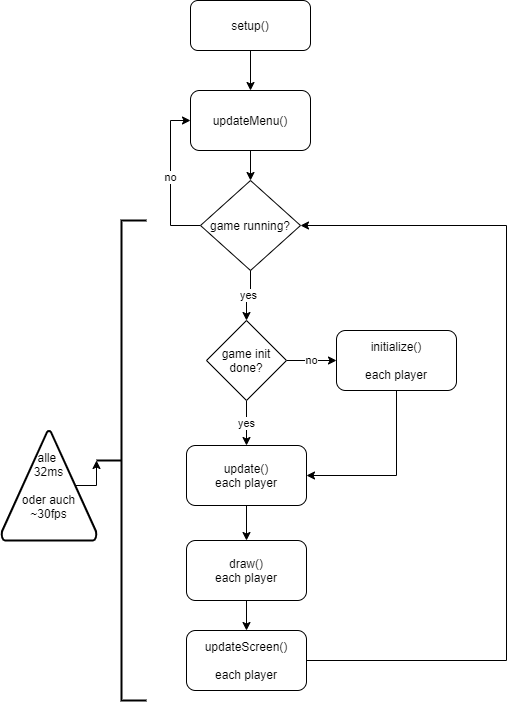
cptwtf/ledrace keeps this draw.io diagram as Doku/Diagramme/flowchart.png. Above is the earlier version. Source tidied: cells renumbered, new cells last; positions are measured from the earlier drawing's top-left corner, leaving out a move shared by most shapes. The source it was exported from:
```xml
<mxGraphModel>
  <root>
    <mxCell id="0" />
    <mxCell id="1" parent="0" />
    <mxCell id="2" style="edgeStyle=orthogonalEdgeStyle;rounded=0;jettySize=auto;html=1;entryX=0.5;entryY=0;entryDx=0;entryDy=0;" parent="1" edge="1" source="3" target="19">
      <mxGeometry relative="1" as="geometry" />
    </mxCell>
    <mxCell id="3" value="setup()" style="rounded=1;whiteSpace=wrap;html=1;" parent="1" vertex="1">
      <mxGeometry x="189" width="120" height="50" as="geometry" />
    </mxCell>
    <mxCell id="4" style="edgeStyle=orthogonalEdgeStyle;rounded=0;jettySize=auto;html=1;exitX=0.5;exitY=1;exitDx=0;exitDy=0;" parent="1" edge="1" source="5">
      <mxGeometry relative="1" as="geometry">
        <mxPoint x="245" y="540" as="targetPoint" />
      </mxGeometry>
    </mxCell>
    <mxCell id="5" value="update()&lt;br&gt;each player" style="rounded=1;whiteSpace=wrap;html=1;" parent="1" vertex="1">
      <mxGeometry x="185" y="445" width="120" height="60" as="geometry" />
    </mxCell>
    <mxCell id="6" value="yes" style="edgeStyle=orthogonalEdgeStyle;rounded=0;jettySize=auto;html=1;exitX=0.5;exitY=1;exitDx=0;exitDy=0;entryX=0.5;entryY=0;entryDx=0;entryDy=0;" parent="1" edge="1" source="10" target="5">
      <mxGeometry relative="1" as="geometry" />
    </mxCell>
    <mxCell id="7" value="no" style="edgeStyle=orthogonalEdgeStyle;rounded=0;jettySize=auto;html=1;entryX=0;entryY=0.5;entryDx=0;entryDy=0;" parent="1" edge="1" source="8" target="19">
      <mxGeometry relative="1" as="geometry">
        <Array as="points">
          <mxPoint x="169" y="225" />
          <mxPoint x="169" y="120" />
        </Array>
      </mxGeometry>
    </mxCell>
    <mxCell id="8" value="game running?" style="rhombus;whiteSpace=wrap;html=1;" parent="1" vertex="1">
      <mxGeometry x="199" y="180" width="100" height="90" as="geometry" />
    </mxCell>
    <mxCell id="9" value="no" style="edgeStyle=orthogonalEdgeStyle;rounded=0;jettySize=auto;html=1;exitX=1;exitY=0.5;exitDx=0;exitDy=0;entryX=0;entryY=0.5;entryDx=0;entryDy=0;" parent="1" edge="1" source="10" target="13">
      <mxGeometry relative="1" as="geometry" />
    </mxCell>
    <mxCell id="10" value="game init&lt;br&gt;done?" style="rhombus;whiteSpace=wrap;html=1;" parent="1" vertex="1">
      <mxGeometry x="205" y="320" width="80" height="80" as="geometry" />
    </mxCell>
    <mxCell id="11" value="yes" style="edgeStyle=orthogonalEdgeStyle;rounded=0;jettySize=auto;html=1;exitX=0.5;exitY=1;exitDx=0;exitDy=0;entryX=0.5;entryY=0;entryDx=0;entryDy=0;" parent="1" edge="1" source="8" target="10">
      <mxGeometry relative="1" as="geometry" />
    </mxCell>
    <mxCell id="12" style="edgeStyle=orthogonalEdgeStyle;rounded=0;jettySize=auto;html=1;exitX=0.5;exitY=1;exitDx=0;exitDy=0;entryX=1;entryY=0.5;entryDx=0;entryDy=0;" parent="1" edge="1" source="13" target="5">
      <mxGeometry relative="1" as="geometry" />
    </mxCell>
    <mxCell id="13" value="initialize()&lt;br&gt;&lt;br&gt;each player" style="rounded=1;whiteSpace=wrap;html=1;" parent="1" vertex="1">
      <mxGeometry x="335" y="330" width="120" height="60" as="geometry" />
    </mxCell>
    <mxCell id="14" style="edgeStyle=orthogonalEdgeStyle;rounded=0;jettySize=auto;html=1;exitX=0.5;exitY=1;exitDx=0;exitDy=0;entryX=0.5;entryY=0;entryDx=0;entryDy=0;" parent="1" edge="1" source="15" target="17">
      <mxGeometry relative="1" as="geometry" />
    </mxCell>
    <mxCell id="15" value="draw()&lt;br&gt;each player" style="rounded=1;whiteSpace=wrap;html=1;" parent="1" vertex="1">
      <mxGeometry x="185" y="540" width="120" height="60" as="geometry" />
    </mxCell>
    <mxCell id="16" style="edgeStyle=orthogonalEdgeStyle;rounded=0;jettySize=auto;html=1;exitX=1;exitY=0.5;exitDx=0;exitDy=0;entryX=1;entryY=0.5;entryDx=0;entryDy=0;" parent="1" edge="1" source="17" target="8">
      <mxGeometry relative="1" as="geometry">
        <Array as="points">
          <mxPoint x="505" y="660" />
          <mxPoint x="505" y="225" />
        </Array>
      </mxGeometry>
    </mxCell>
    <mxCell id="17" value="updateScreen()&lt;br&gt;&lt;br&gt;each player" style="rounded=1;whiteSpace=wrap;html=1;" parent="1" vertex="1">
      <mxGeometry x="185" y="630" width="120" height="60" as="geometry" />
    </mxCell>
    <mxCell id="18" style="edgeStyle=orthogonalEdgeStyle;rounded=0;jettySize=auto;html=1;exitX=0.5;exitY=1;exitDx=0;exitDy=0;entryX=0.5;entryY=0;entryDx=0;entryDy=0;" parent="1" edge="1" source="19" target="8">
      <mxGeometry relative="1" as="geometry" />
    </mxCell>
    <mxCell id="19" value="updateMenu()" style="rounded=1;whiteSpace=wrap;html=1;" parent="1" vertex="1">
      <mxGeometry x="189" y="90" width="120" height="60" as="geometry" />
    </mxCell>
    <mxCell id="20" style="strokeWidth=2;html=1;shape=mxgraph.flowchart.annotation_2;align=left;labelPosition=right;direction=east;" parent="1" vertex="1">
      <mxGeometry x="95" y="220" width="50" height="480" as="geometry" />
    </mxCell>
    <mxCell id="21" style="edgeStyle=orthogonalEdgeStyle;rounded=0;jettySize=auto;html=1;exitX=0.78;exitY=0.5;exitDx=0;exitDy=0;exitPerimeter=0;entryX=0;entryY=0.5;entryDx=0;entryDy=0;entryPerimeter=0;" parent="1" edge="1" source="22" target="20">
      <mxGeometry relative="1" as="geometry" />
    </mxCell>
    <mxCell id="22" value="alle&amp;nbsp;&lt;br&gt;32ms&lt;br&gt;&lt;br&gt;oder auch&lt;br&gt;~30fps" style="strokeWidth=2;html=1;shape=mxgraph.flowchart.extract_or_measurement;whiteSpace=wrap;" parent="1" vertex="1">
      <mxGeometry y="430" width="95" height="110" as="geometry" />
    </mxCell>
    <mxCell id="23" style="edgeStyle=orthogonalEdgeStyle;rounded=0;orthogonalLoop=1;jettySize=auto;html=1;exitX=0.5;exitY=1;exitDx=0;exitDy=0;exitPerimeter=0;" parent="1" edge="1" source="22" target="22">
      <mxGeometry relative="1" as="geometry" />
    </mxCell>
  </root>
</mxGraphModel>
```
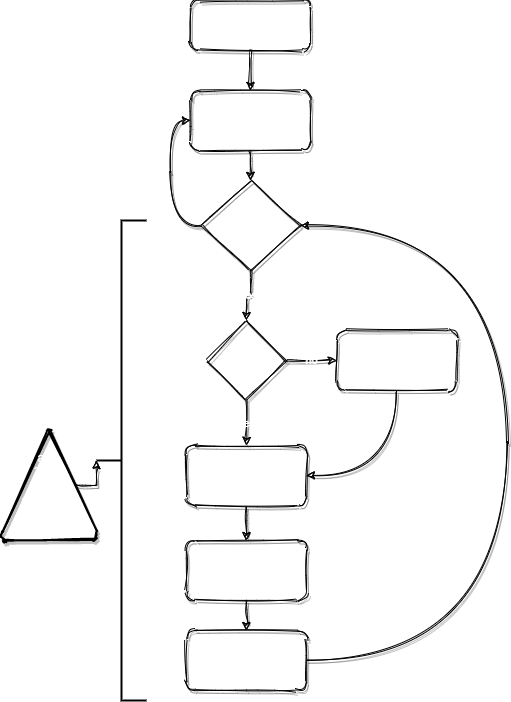
After the change.

The edit, as a diff of the source:
```diff
@@ -2,56 +2,56 @@
   <root>
     <mxCell id="0" />
     <mxCell id="1" parent="0" />
-    <mxCell id="2" style="edgeStyle=orthogonalEdgeStyle;rounded=0;jettySize=auto;html=1;entryX=0.5;entryY=0;entryDx=0;entryDy=0;" parent="1" edge="1" source="3" target="19">
+    <mxCell id="2" style="edgeStyle=orthogonalEdgeStyle;jettySize=auto;html=1;entryX=0.5;entryY=0;entryDx=0;entryDy=0;fillColor=none;sketch=1;shadow=1;fontColor=#FFFFFF;labelBackgroundColor=none;curved=1;" parent="1" edge="1" source="3" target="19">
       <mxGeometry relative="1" as="geometry" />
     </mxCell>
-    <mxCell id="3" value="setup()" style="rounded=1;whiteSpace=wrap;html=1;" parent="1" vertex="1">
+    <mxCell id="3" value="setup()" style="rounded=1;whiteSpace=wrap;html=1;fillColor=none;sketch=1;shadow=1;fontColor=#FFFFFF;labelBackgroundColor=none;" parent="1" vertex="1">
       <mxGeometry x="189" width="120" height="50" as="geometry" />
     </mxCell>
-    <mxCell id="4" style="edgeStyle=orthogonalEdgeStyle;rounded=0;jettySize=auto;html=1;exitX=0.5;exitY=1;exitDx=0;exitDy=0;" parent="1" edge="1" source="5">
+    <mxCell id="4" style="edgeStyle=orthogonalEdgeStyle;rounded=0;jettySize=auto;html=1;exitX=0.5;exitY=1;exitDx=0;exitDy=0;fillColor=none;sketch=1;shadow=1;fontColor=#FFFFFF;labelBackgroundColor=none;" parent="1" edge="1" source="5">
       <mxGeometry relative="1" as="geometry">
         <mxPoint x="245" y="540" as="targetPoint" />
       </mxGeometry>
     </mxCell>
-    <mxCell id="5" value="update()&lt;br&gt;each player" style="rounded=1;whiteSpace=wrap;html=1;" parent="1" vertex="1">
+    <mxCell id="5" value="update()&lt;br&gt;each player" style="rounded=1;whiteSpace=wrap;html=1;fillColor=none;sketch=1;shadow=1;fontColor=#FFFFFF;labelBackgroundColor=none;" parent="1" vertex="1">
       <mxGeometry x="185" y="445" width="120" height="60" as="geometry" />
     </mxCell>
-    <mxCell id="6" value="yes" style="edgeStyle=orthogonalEdgeStyle;rounded=0;jettySize=auto;html=1;exitX=0.5;exitY=1;exitDx=0;exitDy=0;entryX=0.5;entryY=0;entryDx=0;entryDy=0;" parent="1" edge="1" source="10" target="5">
+    <mxCell id="6" value="yes" style="edgeStyle=orthogonalEdgeStyle;rounded=0;jettySize=auto;html=1;exitX=0.5;exitY=1;exitDx=0;exitDy=0;entryX=0.5;entryY=0;entryDx=0;entryDy=0;fillColor=none;sketch=1;shadow=1;fontColor=#FFFFFF;labelBackgroundColor=none;" parent="1" edge="1" source="10" target="5">
       <mxGeometry relative="1" as="geometry" />
     </mxCell>
-    <mxCell id="7" value="no" style="edgeStyle=orthogonalEdgeStyle;rounded=0;jettySize=auto;html=1;entryX=0;entryY=0.5;entryDx=0;entryDy=0;" parent="1" edge="1" source="8" target="19">
-      <mxGeometry relative="1" as="geometry">
+    <mxCell id="7" value="no" style="edgeStyle=orthogonalEdgeStyle;jettySize=auto;html=1;entryX=0;entryY=0.5;entryDx=0;entryDy=0;fillColor=none;sketch=1;shadow=1;fontColor=#FFFFFF;labelBackgroundColor=none;curved=1;" parent="1" edge="1" source="8" target="19">
+      <mxGeometry x="-0.03" y="14" relative="1" as="geometry">
         <Array as="points">
           <mxPoint x="169" y="225" />
           <mxPoint x="169" y="120" />
         </Array>
       </mxGeometry>
     </mxCell>
-    <mxCell id="8" value="game running?" style="rhombus;whiteSpace=wrap;html=1;" parent="1" vertex="1">
+    <mxCell id="8" value="game running?" style="rhombus;whiteSpace=wrap;html=1;fillColor=none;sketch=1;shadow=1;fontColor=#FFFFFF;labelBackgroundColor=none;" parent="1" vertex="1">
       <mxGeometry x="199" y="180" width="100" height="90" as="geometry" />
     </mxCell>
-    <mxCell id="9" value="no" style="edgeStyle=orthogonalEdgeStyle;rounded=0;jettySize=auto;html=1;exitX=1;exitY=0.5;exitDx=0;exitDy=0;entryX=0;entryY=0.5;entryDx=0;entryDy=0;" parent="1" edge="1" source="10" target="13">
+    <mxCell id="9" value="no" style="edgeStyle=orthogonalEdgeStyle;rounded=0;jettySize=auto;html=1;exitX=1;exitY=0.5;exitDx=0;exitDy=0;entryX=0;entryY=0.5;entryDx=0;entryDy=0;fillColor=none;sketch=1;shadow=1;fontColor=#FFFFFF;labelBackgroundColor=none;" parent="1" edge="1" source="10" target="13">
       <mxGeometry relative="1" as="geometry" />
     </mxCell>
-    <mxCell id="10" value="game init&lt;br&gt;done?" style="rhombus;whiteSpace=wrap;html=1;" parent="1" vertex="1">
+    <mxCell id="10" value="game init&lt;br&gt;done?" style="rhombus;whiteSpace=wrap;html=1;fillColor=none;sketch=1;shadow=1;fontColor=#FFFFFF;labelBackgroundColor=none;" parent="1" vertex="1">
       <mxGeometry x="205" y="320" width="80" height="80" as="geometry" />
     </mxCell>
-    <mxCell id="11" value="yes" style="edgeStyle=orthogonalEdgeStyle;rounded=0;jettySize=auto;html=1;exitX=0.5;exitY=1;exitDx=0;exitDy=0;entryX=0.5;entryY=0;entryDx=0;entryDy=0;" parent="1" edge="1" source="8" target="10">
+    <mxCell id="11" value="yes" style="edgeStyle=orthogonalEdgeStyle;rounded=0;jettySize=auto;html=1;exitX=0.5;exitY=1;exitDx=0;exitDy=0;entryX=0.5;entryY=0;entryDx=0;entryDy=0;fillColor=none;sketch=1;shadow=1;fontColor=#FFFFFF;labelBackgroundColor=none;" parent="1" edge="1" source="8" target="10">
       <mxGeometry relative="1" as="geometry" />
     </mxCell>
-    <mxCell id="12" style="edgeStyle=orthogonalEdgeStyle;rounded=0;jettySize=auto;html=1;exitX=0.5;exitY=1;exitDx=0;exitDy=0;entryX=1;entryY=0.5;entryDx=0;entryDy=0;" parent="1" edge="1" source="13" target="5">
+    <mxCell id="12" style="edgeStyle=orthogonalEdgeStyle;jettySize=auto;html=1;exitX=0.5;exitY=1;exitDx=0;exitDy=0;entryX=1;entryY=0.5;entryDx=0;entryDy=0;fillColor=none;sketch=1;shadow=1;fontColor=#FFFFFF;labelBackgroundColor=none;curved=1;" parent="1" edge="1" source="13" target="5">
       <mxGeometry relative="1" as="geometry" />
     </mxCell>
-    <mxCell id="13" value="initialize()&lt;br&gt;&lt;br&gt;each player" style="rounded=1;whiteSpace=wrap;html=1;" parent="1" vertex="1">
+    <mxCell id="13" value="initialize()&lt;br&gt;&lt;br&gt;each player" style="rounded=1;whiteSpace=wrap;html=1;fillColor=none;sketch=1;shadow=1;fontColor=#FFFFFF;labelBackgroundColor=none;" parent="1" vertex="1">
       <mxGeometry x="335" y="330" width="120" height="60" as="geometry" />
     </mxCell>
-    <mxCell id="14" style="edgeStyle=orthogonalEdgeStyle;rounded=0;jettySize=auto;html=1;exitX=0.5;exitY=1;exitDx=0;exitDy=0;entryX=0.5;entryY=0;entryDx=0;entryDy=0;" parent="1" edge="1" source="15" target="17">
+    <mxCell id="14" style="edgeStyle=orthogonalEdgeStyle;rounded=0;jettySize=auto;html=1;exitX=0.5;exitY=1;exitDx=0;exitDy=0;entryX=0.5;entryY=0;entryDx=0;entryDy=0;fillColor=none;sketch=1;shadow=1;fontColor=#FFFFFF;labelBackgroundColor=none;" parent="1" edge="1" source="15" target="17">
       <mxGeometry relative="1" as="geometry" />
     </mxCell>
-    <mxCell id="15" value="draw()&lt;br&gt;each player" style="rounded=1;whiteSpace=wrap;html=1;" parent="1" vertex="1">
+    <mxCell id="15" value="draw()&lt;br&gt;each player" style="rounded=1;whiteSpace=wrap;html=1;fillColor=none;sketch=1;shadow=1;fontColor=#FFFFFF;labelBackgroundColor=none;" parent="1" vertex="1">
       <mxGeometry x="185" y="540" width="120" height="60" as="geometry" />
     </mxCell>
-    <mxCell id="16" style="edgeStyle=orthogonalEdgeStyle;rounded=0;jettySize=auto;html=1;exitX=1;exitY=0.5;exitDx=0;exitDy=0;entryX=1;entryY=0.5;entryDx=0;entryDy=0;" parent="1" edge="1" source="17" target="8">
+    <mxCell id="16" style="edgeStyle=orthogonalEdgeStyle;jettySize=auto;html=1;exitX=1;exitY=0.5;exitDx=0;exitDy=0;entryX=1;entryY=0.5;entryDx=0;entryDy=0;fillColor=none;sketch=1;shadow=1;fontColor=#FFFFFF;labelBackgroundColor=none;curved=1;" parent="1" edge="1" source="17" target="8">
       <mxGeometry relative="1" as="geometry">
         <Array as="points">
           <mxPoint x="505" y="660" />
@@ -59,25 +59,25 @@
         </Array>
       </mxGeometry>
     </mxCell>
-    <mxCell id="17" value="updateScreen()&lt;br&gt;&lt;br&gt;each player" style="rounded=1;whiteSpace=wrap;html=1;" parent="1" vertex="1">
+    <mxCell id="17" value="updateScreen()&lt;br&gt;&lt;br&gt;each player" style="rounded=1;whiteSpace=wrap;html=1;fillColor=none;sketch=1;shadow=1;fontColor=#FFFFFF;labelBackgroundColor=none;" parent="1" vertex="1">
       <mxGeometry x="185" y="630" width="120" height="60" as="geometry" />
     </mxCell>
-    <mxCell id="18" style="edgeStyle=orthogonalEdgeStyle;rounded=0;jettySize=auto;html=1;exitX=0.5;exitY=1;exitDx=0;exitDy=0;entryX=0.5;entryY=0;entryDx=0;entryDy=0;" parent="1" edge="1" source="19" target="8">
+    <mxCell id="18" style="edgeStyle=orthogonalEdgeStyle;rounded=0;jettySize=auto;html=1;exitX=0.5;exitY=1;exitDx=0;exitDy=0;entryX=0.5;entryY=0;entryDx=0;entryDy=0;fillColor=none;sketch=1;shadow=1;fontColor=#FFFFFF;labelBackgroundColor=none;" parent="1" edge="1" source="19" target="8">
       <mxGeometry relative="1" as="geometry" />
     </mxCell>
-    <mxCell id="19" value="updateMenu()" style="rounded=1;whiteSpace=wrap;html=1;" parent="1" vertex="1">
+    <mxCell id="19" value="updateMenu()" style="rounded=1;whiteSpace=wrap;html=1;fillColor=none;sketch=1;shadow=1;fontColor=#FFFFFF;labelBackgroundColor=none;" parent="1" vertex="1">
       <mxGeometry x="189" y="90" width="120" height="60" as="geometry" />
     </mxCell>
     <mxCell id="20" style="strokeWidth=2;html=1;shape=mxgraph.flowchart.annotation_2;align=left;labelPosition=right;direction=east;" parent="1" vertex="1">
       <mxGeometry x="95" y="220" width="50" height="480" as="geometry" />
     </mxCell>
-    <mxCell id="21" style="edgeStyle=orthogonalEdgeStyle;rounded=0;jettySize=auto;html=1;exitX=0.78;exitY=0.5;exitDx=0;exitDy=0;exitPerimeter=0;entryX=0;entryY=0.5;entryDx=0;entryDy=0;entryPerimeter=0;" parent="1" edge="1" source="22" target="20">
+    <mxCell id="21" style="edgeStyle=orthogonalEdgeStyle;rounded=0;jettySize=auto;html=1;exitX=0.78;exitY=0.5;exitDx=0;exitDy=0;exitPerimeter=0;entryX=0;entryY=0.5;entryDx=0;entryDy=0;entryPerimeter=0;fillColor=none;sketch=1;shadow=1;fontColor=#FFFFFF;labelBackgroundColor=none;" parent="1" edge="1" source="22" target="20">
       <mxGeometry relative="1" as="geometry" />
     </mxCell>
-    <mxCell id="22" value="alle&amp;nbsp;&lt;br&gt;32ms&lt;br&gt;&lt;br&gt;oder auch&lt;br&gt;~30fps" style="strokeWidth=2;html=1;shape=mxgraph.flowchart.extract_or_measurement;whiteSpace=wrap;" parent="1" vertex="1">
+    <mxCell id="22" value="alle&amp;nbsp;&lt;br&gt;32ms&lt;br&gt;&lt;br&gt;oder auch&lt;br&gt;~30fps" style="strokeWidth=2;html=1;shape=mxgraph.flowchart.extract_or_measurement;whiteSpace=wrap;fillColor=none;sketch=1;shadow=1;fontColor=#FFFFFF;labelBackgroundColor=none;" parent="1" vertex="1">
       <mxGeometry y="430" width="95" height="110" as="geometry" />
     </mxCell>
-    <mxCell id="23" style="edgeStyle=orthogonalEdgeStyle;rounded=0;orthogonalLoop=1;jettySize=auto;html=1;exitX=0.5;exitY=1;exitDx=0;exitDy=0;exitPerimeter=0;" parent="1" edge="1" source="22" target="22">
+    <mxCell id="23" style="edgeStyle=orthogonalEdgeStyle;rounded=0;orthogonalLoop=1;jettySize=auto;html=1;exitX=0.5;exitY=1;exitDx=0;exitDy=0;exitPerimeter=0;fillColor=none;sketch=1;shadow=1;fontColor=#FFFFFF;labelBackgroundColor=none;" parent="1" edge="1" source="22" target="22">
       <mxGeometry relative="1" as="geometry" />
     </mxCell>
   </root>
```
